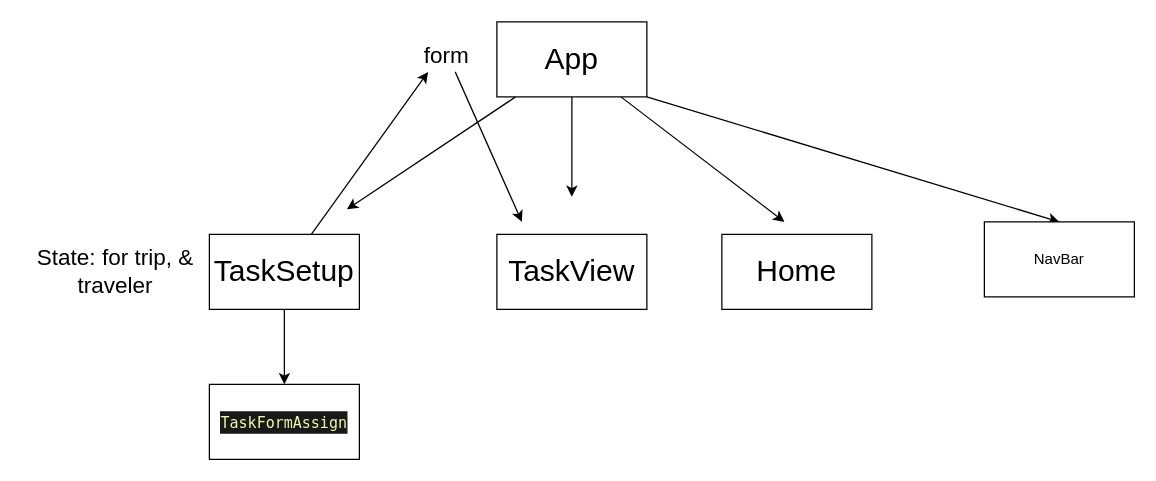
Before: src/hierarchy.drawio in penelopedurand/TripPlanner, a draw.io diagram. Source tidied: cells renumbered, new cells numbered last; positions are measured from the earlier drawing's top-left corner, leaving out a move shared by most shapes. Both pictures are drawn from the tidied source at 125%, with x=0, y=0 at pixel (21, 21).
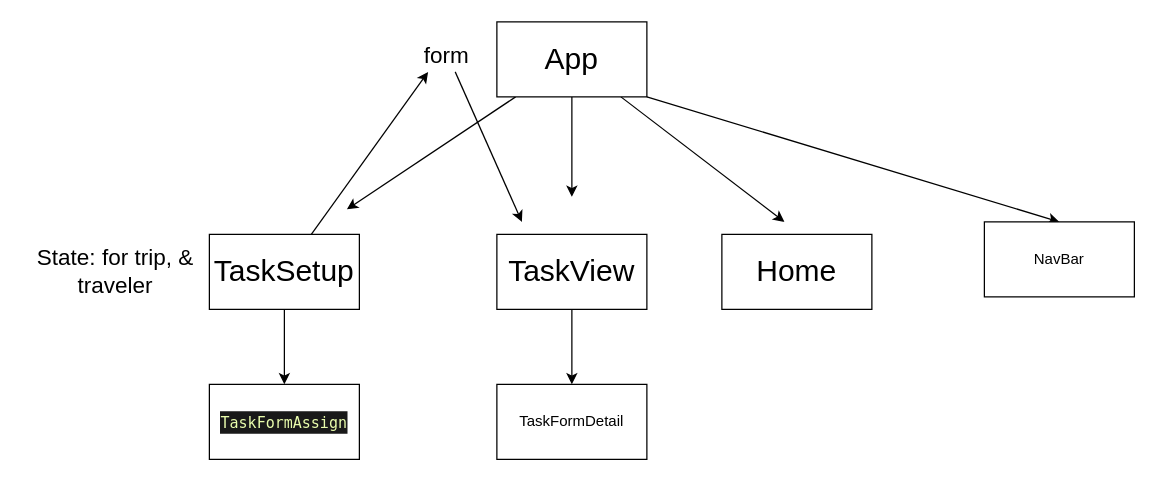
After the change.

Unchanged cells that the change refers to:
```xml
<mxCell id="11" value="&lt;span style=&quot;font-size: 24px&quot;&gt;TaskView&lt;/span&gt;" style="rounded=0;whiteSpace=wrap;html=1;" parent="1" vertex="1">
  <mxGeometry x="380" y="170" width="120" height="60" as="geometry" />
</mxCell>
```

What changed in the source:
```diff
@@
+    <mxCell id="18" style="edgeStyle=none;html=1;exitX=0.5;exitY=1;exitDx=0;exitDy=0;entryX=0.5;entryY=0;entryDx=0;entryDy=0;" parent="1" edge="1" source="11" target="19">
+      <mxGeometry relative="1" as="geometry" />
+    </mxCell>
@@
+    <mxCell id="19" value="TaskFormDetail" style="whiteSpace=wrap;html=1;" parent="1" vertex="1">
+      <mxGeometry x="380" y="290" width="120" height="60" as="geometry" />
+    </mxCell>
```
